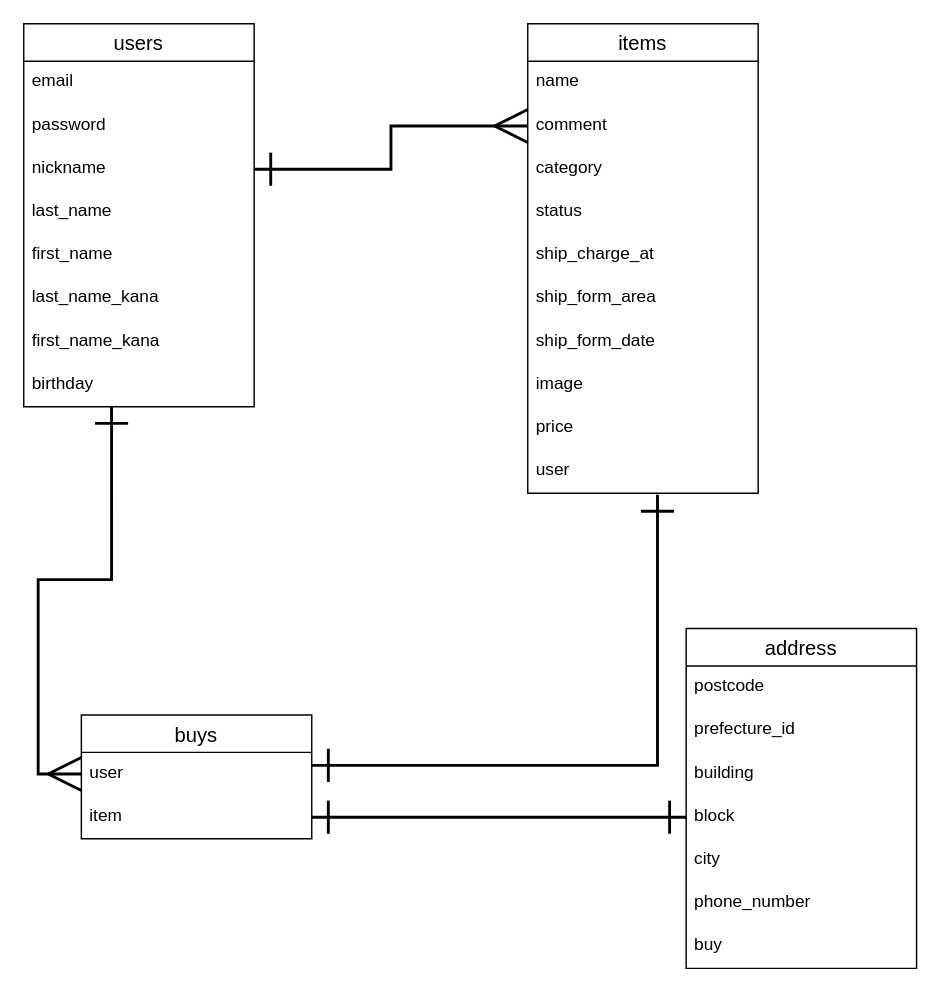
This is ER.dio from s-i27/furima-31102, a draw.io file, before an edit. Source tidied: cells renumbered, new cells numbered last; positions are measured from the earlier drawing's top-left corner, leaving out a move shared by most shapes. Both pictures are drawn from the tidied source at 144%, with x=0, y=0 at pixel (23, 23).
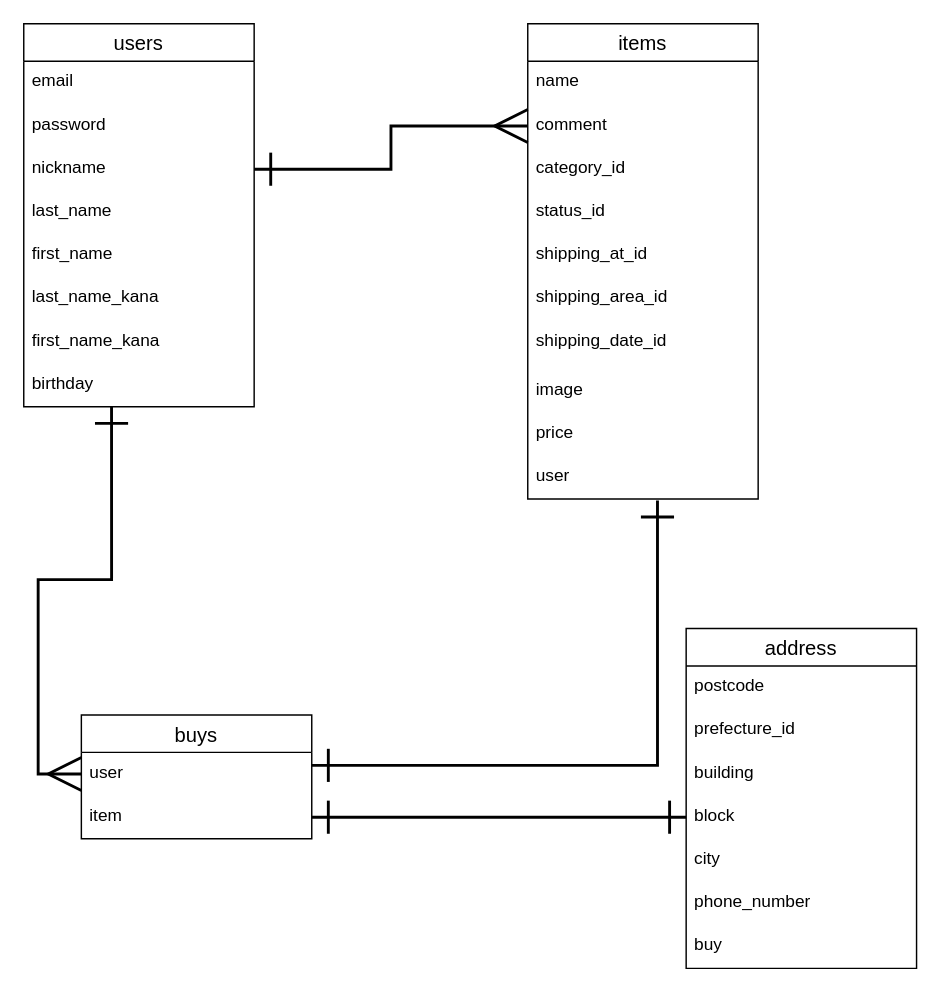
The same page after the edit.

Commit message (it also covers changes not shown here):
各カラムにactive_hashに対応するよう_idを追記。ER図にもネーミングを反映

Diff of the diagram source:
```diff
@@
     <mxCell id="14" value="items" style="swimlane;fontStyle=0;horizontal=1;startSize=26;align=center;fontSize=14;" parent="1" vertex="1">
-      <mxGeometry x="350" width="160" height="326" as="geometry" />
+      <mxGeometry x="350" width="160" height="330" as="geometry" />
     </mxCell>
@@
-    <mxCell id="17" value="category" style="text;strokeColor=none;fillColor=none;spacingLeft=4;spacingRight=4;overflow=hidden;fontSize=12;" parent="14" vertex="1">
+    <mxCell id="17" value="category_id " style="text;strokeColor=none;fillColor=none;spacingLeft=4;spacingRight=4;overflow=hidden;fontSize=12;" parent="14" vertex="1">
       <mxGeometry y="86" width="160" height="30" as="geometry" />
     </mxCell>
-    <mxCell id="18" value="status" style="text;strokeColor=none;fillColor=none;spacingLeft=4;spacingRight=4;overflow=hidden;fontSize=12;" parent="14" vertex="1">
+    <mxCell id="18" value="status_id   " style="text;strokeColor=none;fillColor=none;spacingLeft=4;spacingRight=4;overflow=hidden;fontSize=12;" parent="14" vertex="1">
       <mxGeometry y="116" width="160" height="30" as="geometry" />
     </mxCell>
-    <mxCell id="19" value="ship_charge_at" style="text;strokeColor=none;fillColor=none;spacingLeft=4;spacingRight=4;overflow=hidden;fontSize=12;" parent="14" vertex="1">
+    <mxCell id="19" value="shipping_at_id" style="text;strokeColor=none;fillColor=none;spacingLeft=4;spacingRight=4;overflow=hidden;fontSize=12;" parent="14" vertex="1">
       <mxGeometry y="146" width="160" height="30" as="geometry" />
     </mxCell>
-    <mxCell id="20" value="ship_form_area" style="text;strokeColor=none;fillColor=none;spacingLeft=4;spacingRight=4;overflow=hidden;fontSize=12;" parent="14" vertex="1">
+    <mxCell id="20" value="shipping_area_id " style="text;strokeColor=none;fillColor=none;spacingLeft=4;spacingRight=4;overflow=hidden;fontSize=12;" parent="14" vertex="1">
       <mxGeometry y="176" width="160" height="30" as="geometry" />
     </mxCell>
-    <mxCell id="21" value="ship_form_date" style="text;strokeColor=none;fillColor=none;spacingLeft=4;spacingRight=4;overflow=hidden;fontSize=12;" parent="14" vertex="1">
-      <mxGeometry y="206" width="160" height="30" as="geometry" />
+    <mxCell id="21" value="shipping_date_id" style="text;strokeColor=none;fillColor=none;spacingLeft=4;spacingRight=4;overflow=hidden;fontSize=12;" parent="14" vertex="1">
+      <mxGeometry y="206" width="160" height="34" as="geometry" />
     </mxCell>
     <mxCell id="22" value="image" style="text;strokeColor=none;fillColor=none;spacingLeft=4;spacingRight=4;overflow=hidden;fontSize=12;" parent="14" vertex="1">
-      <mxGeometry y="236" width="160" height="30" as="geometry" />
+      <mxGeometry y="240" width="160" height="30" as="geometry" />
     </mxCell>
     <mxCell id="23" value="price" style="text;strokeColor=none;fillColor=none;spacingLeft=4;spacingRight=4;overflow=hidden;fontSize=12;" parent="14" vertex="1">
-      <mxGeometry y="266" width="160" height="30" as="geometry" />
+      <mxGeometry y="270" width="160" height="30" as="geometry" />
     </mxCell>
     <mxCell id="24" value="user" style="text;strokeColor=none;fillColor=none;spacingLeft=4;spacingRight=4;overflow=hidden;points=[[0,0.5],[1,0.5]];portConstraint=eastwest;fontSize=12;" parent="14" vertex="1">
-      <mxGeometry y="296" width="160" height="30" as="geometry" />
+      <mxGeometry y="300" width="160" height="30" as="geometry" />
     </mxCell>
```
